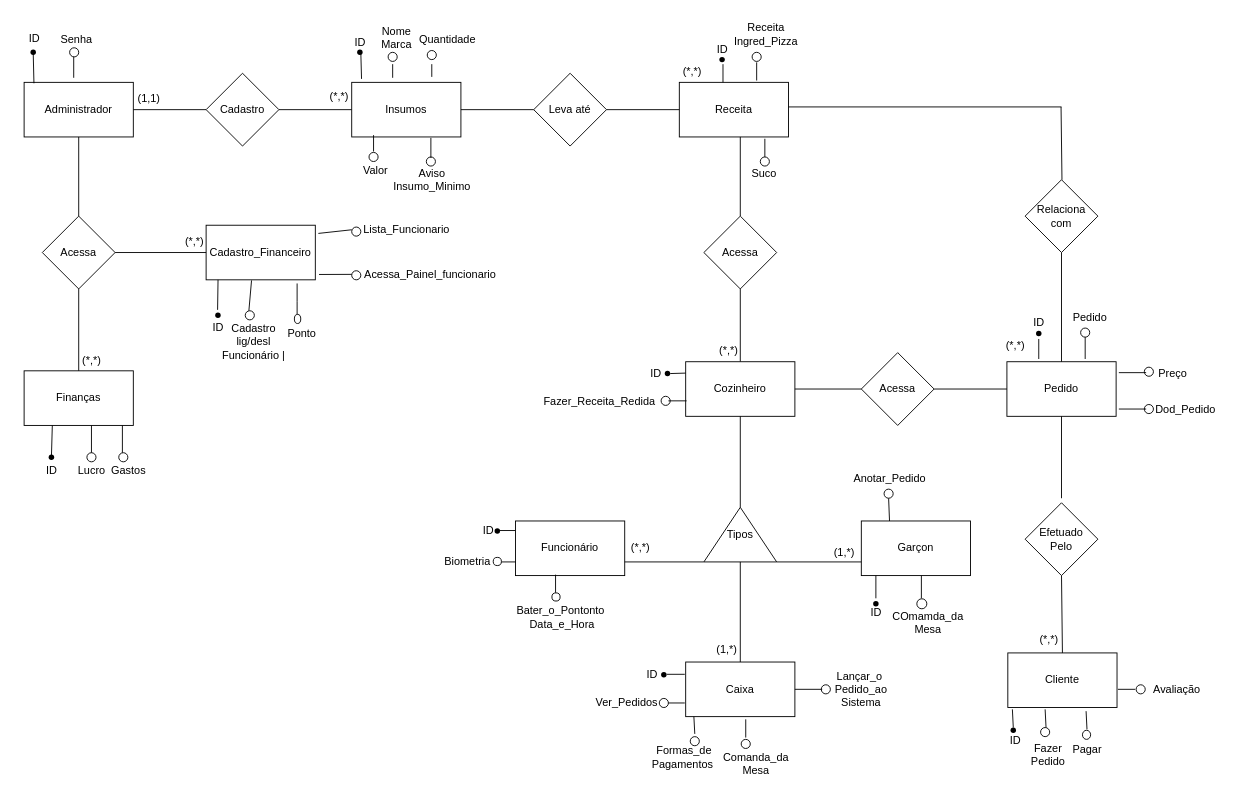
Earlier version of the draw.io diagram Diagrama sem nome.drawio (srjoaovitorsouzas/Pizzaria_POO_II). Source tidied: cells renumbered, new cells numbered last; positions are measured from the earlier drawing's top-left corner, leaving out a move shared by most shapes. Both pictures are drawn from the tidied source at 91%, with x=0, y=0 at pixel (15, 15).
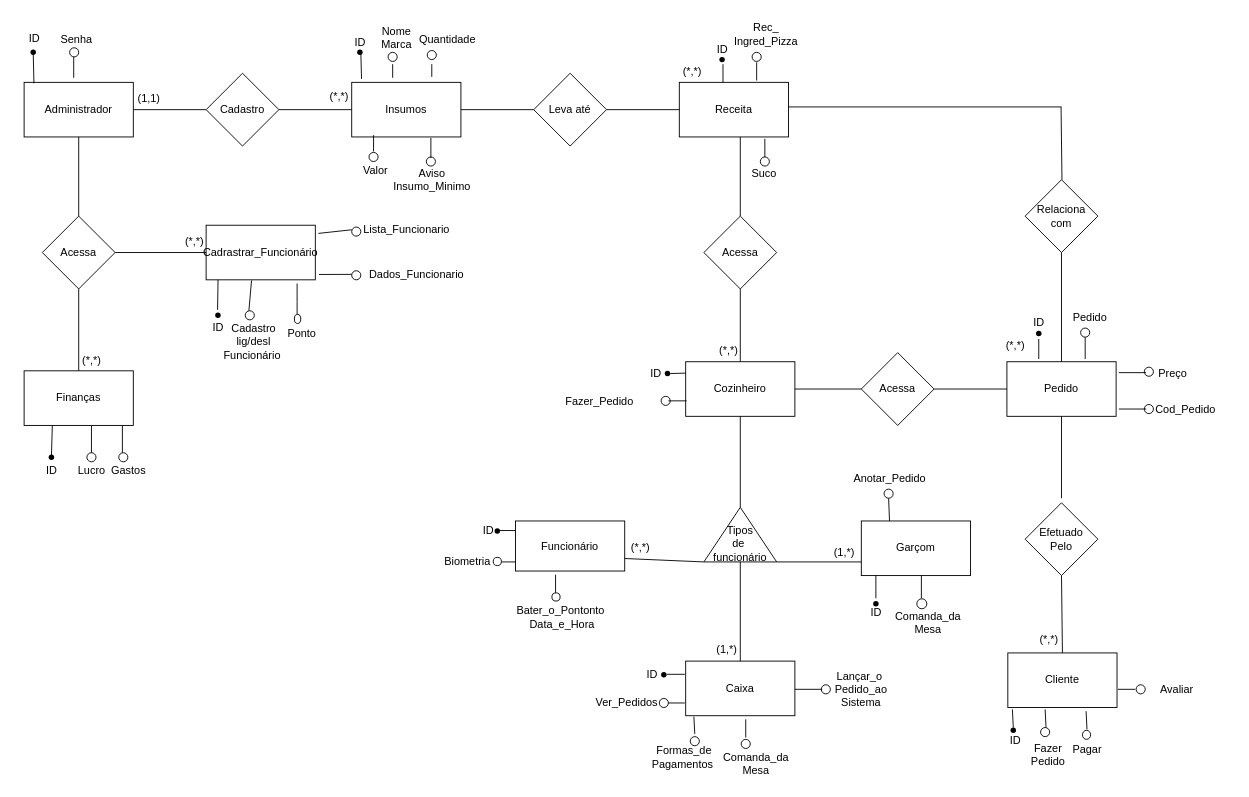
The same page after the edit.

Change to the diagram source:
```diff
@@
-    <mxCell id="15" value="Cadastro_Financeiro" style="rounded=0;whiteSpace=wrap;html=1;" parent="1" vertex="1">
+    <mxCell id="15" value="Cadrastrar_Funcionário" style="rounded=0;whiteSpace=wrap;html=1;" parent="1" vertex="1">
       <mxGeometry x="209" y="230" width="120" height="60" as="geometry" />
     </mxCell>
@@
-    <mxCell id="32" value="Tipos" style="text;html=1;align=center;verticalAlign=middle;whiteSpace=wrap;rounded=0;" parent="1" vertex="1">
-      <mxGeometry x="766" y="555" width="60" height="30" as="geometry" />
+    <mxCell id="32" value="Tipos&lt;div&gt;de&amp;nbsp;&lt;/div&gt;&lt;div&gt;funcionário&lt;/div&gt;" style="text;html=1;align=center;verticalAlign=middle;whiteSpace=wrap;rounded=0;" parent="1" vertex="1">
+      <mxGeometry x="766" y="565" width="60" height="30" as="geometry" />
     </mxCell>
-    <mxCell id="33" value="Garçon" style="whiteSpace=wrap;html=1;" parent="1" vertex="1">
+    <mxCell id="33" value="Garçom" style="whiteSpace=wrap;html=1;" parent="1" vertex="1">
       <mxGeometry x="929" y="555" width="120" height="60" as="geometry" />
     </mxCell>
     <mxCell id="34" value="Caixa" style="whiteSpace=wrap;html=1;" parent="1" vertex="1">
-      <mxGeometry x="736" y="710" width="120" height="60" as="geometry" />
+      <mxGeometry x="736" y="709" width="120" height="60" as="geometry" />
     </mxCell>
     <mxCell id="35" value="Funcionário" style="whiteSpace=wrap;html=1;" parent="1" vertex="1">
-      <mxGeometry x="549" y="555" width="120" height="60" as="geometry" />
+      <mxGeometry x="549" y="555" width="120" height="55" as="geometry" />
     </mxCell>
@@
-    <mxCell id="73" value="&lt;div&gt;&lt;span style=&quot;background-color: initial;&quot;&gt;Cadastro&lt;/span&gt;&lt;br&gt;&lt;/div&gt;&lt;div&gt;&lt;span style=&quot;background-color: initial;&quot;&gt;lig/desl&lt;/span&gt;&lt;/div&gt;&lt;div&gt;&lt;span style=&quot;background-color: initial;&quot;&gt;Funcionário |&lt;/span&gt;&lt;/div&gt;" style="text;html=1;align=center;verticalAlign=middle;strokeColor=none;fillColor=none;rotation=0;" parent="1" vertex="1">
+    <mxCell id="73" value="&lt;div&gt;&lt;span style=&quot;background-color: initial;&quot;&gt;Cadastro&lt;/span&gt;&lt;br&gt;&lt;/div&gt;&lt;div&gt;&lt;span style=&quot;background-color: initial;&quot;&gt;lig/desl&lt;/span&gt;&lt;/div&gt;&lt;div&gt;&lt;span style=&quot;background-color: initial;&quot;&gt;Funcionário&amp;nbsp;&lt;/span&gt;&lt;/div&gt;" style="text;html=1;align=center;verticalAlign=middle;strokeColor=none;fillColor=none;rotation=0;" parent="1" vertex="1">
       <mxGeometry x="216" y="328" width="90" height="60" as="geometry" />
     </mxCell>
@@
-    <mxCell id="75" value="&lt;div&gt;Acessa_Painel_funcionario&lt;/div&gt;" style="text;html=1;align=center;verticalAlign=middle;strokeColor=none;fillColor=none;" parent="1" vertex="1">
-      <mxGeometry x="370" y="270" width="170" height="30" as="geometry" />
+    <mxCell id="75" value="&lt;div&gt;Dados_Funcionario&lt;/div&gt;" style="text;html=1;align=center;verticalAlign=middle;strokeColor=none;fillColor=none;" parent="1" vertex="1">
+      <mxGeometry x="375" y="270" width="130" height="30" as="geometry" />
     </mxCell>
@@
-    <mxCell id="100" value="Receita&lt;div&gt;Ingred_Pizza&lt;/div&gt;" style="text;html=1;align=center;verticalAlign=middle;strokeColor=none;fillColor=none;" parent="1" vertex="1">
+    <mxCell id="100" value="Rec_&lt;div&gt;&lt;span style=&quot;background-color: initial;&quot;&gt;Ingred_Pizza&lt;/span&gt;&lt;/div&gt;" style="text;html=1;align=center;verticalAlign=middle;strokeColor=none;fillColor=none;" parent="1" vertex="1">
       <mxGeometry x="779" width="90" height="40" as="geometry" />
     </mxCell>
@@
-    <mxCell id="115" value="Dod_Pedido" style="text;html=1;align=center;verticalAlign=middle;strokeColor=none;fillColor=none;" parent="1" vertex="1">
+    <mxCell id="115" value="Cod_Pedido" style="text;html=1;align=center;verticalAlign=middle;strokeColor=none;fillColor=none;" parent="1" vertex="1">
       <mxGeometry x="1240" y="418" width="90" height="30" as="geometry" />
     </mxCell>
@@
-    <mxCell id="127" value="Avaliação" style="text;html=1;align=center;verticalAlign=middle;whiteSpace=wrap;rounded=0;" parent="1" vertex="1">
+    <mxCell id="127" value="Avaliar" style="text;html=1;align=center;verticalAlign=middle;whiteSpace=wrap;rounded=0;" parent="1" vertex="1">
       <mxGeometry x="1246" y="725" width="60" height="30" as="geometry" />
     </mxCell>
@@
-    <mxCell id="135" value="Fazer_Receita_Redida" style="text;html=1;align=center;verticalAlign=middle;strokeColor=none;fillColor=none;" parent="1" vertex="1">
-      <mxGeometry x="566" y="409" width="150" height="30" as="geometry" />
+    <mxCell id="135" value="Fazer_Pedido" style="text;html=1;align=center;verticalAlign=middle;strokeColor=none;fillColor=none;" parent="1" vertex="1">
+      <mxGeometry x="591" y="409" width="100" height="30" as="geometry" />
     </mxCell>
@@
-    <mxCell id="160" value="COmamda_da&lt;div&gt;Mesa&lt;/div&gt;" style="text;html=1;align=center;verticalAlign=middle;strokeColor=none;fillColor=none;" parent="1" vertex="1">
+    <mxCell id="160" value="Comanda_da&lt;div&gt;Mesa&lt;/div&gt;" style="text;html=1;align=center;verticalAlign=middle;strokeColor=none;fillColor=none;" parent="1" vertex="1">
       <mxGeometry x="952" y="646.5" width="100" height="40" as="geometry" />
     </mxCell>
```
